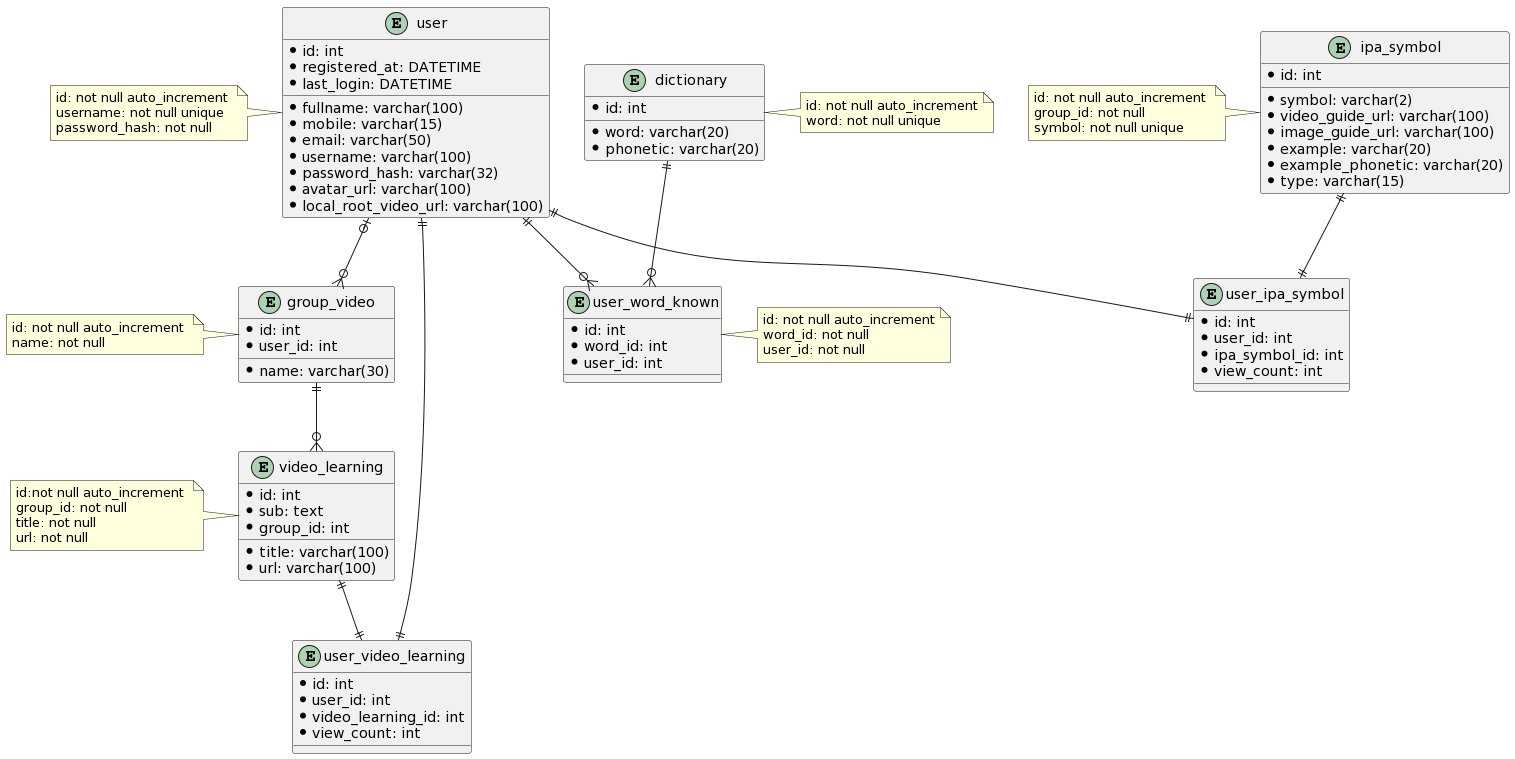
quynhphungvn/self-management keeps this PlantUML diagram as design/docs/db/entity.png. Above is the earlier version.
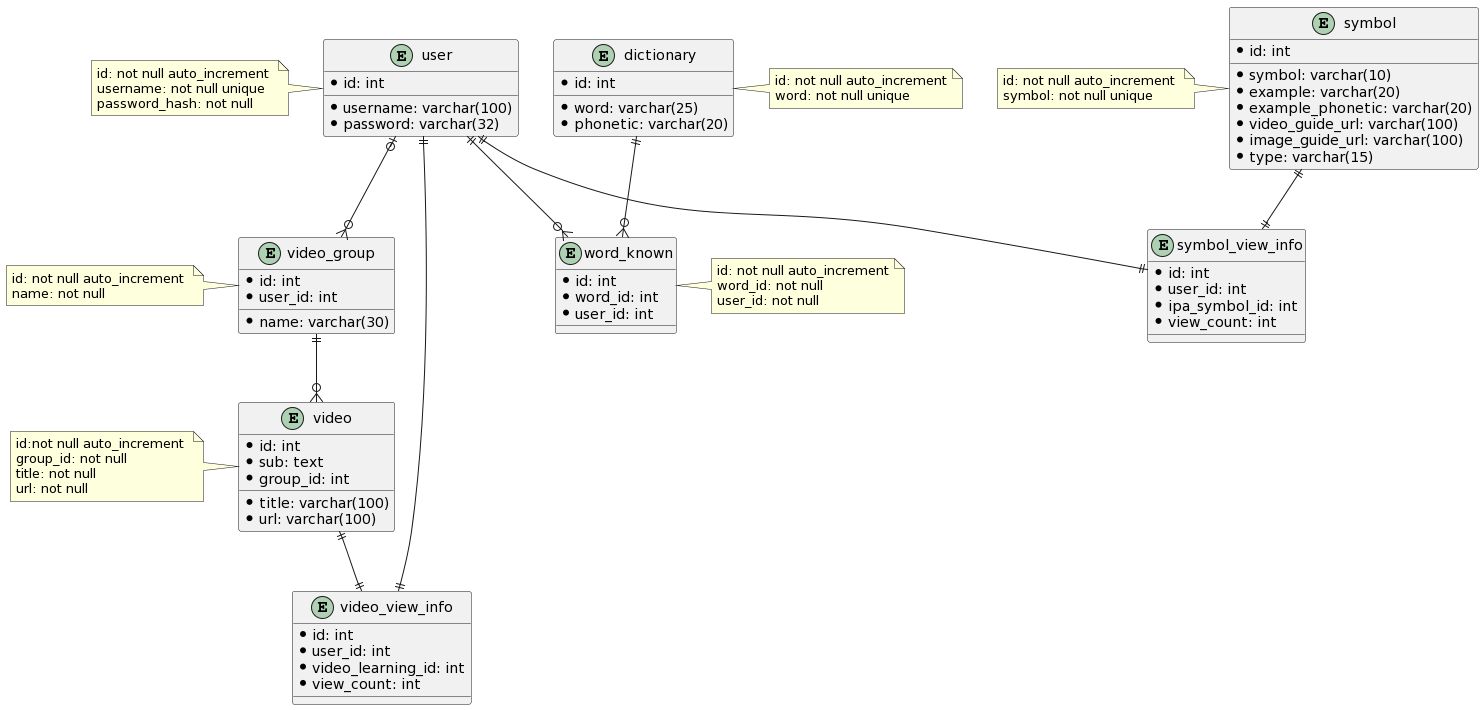
The same diagram one commit later.

Change to the diagram source:
```diff
@@ -1,35 +1,28 @@
 @startuml
-entity video_learning {
+entity video {
 *id: int
 *title: varchar(100)
 *sub: text
 *url: varchar(100)
 *group_id: int
 }
-entity group_video {
+entity video_group {
 *id: int
 *name: varchar(30)
 *user_id: int
 }
 entity user {
 *id: int
-*fullname: varchar(100)
-*mobile: varchar(15)
-*email: varchar(50)
 *username: varchar(100)
-*password_hash: varchar(32)
-*registered_at: DATETIME
-*last_login: DATETIME
-*avatar_url: varchar(100)
-*local_root_video_url: varchar(100)
+*password: varchar(32)
 }
-entity user_ipa_symbol {
+entity symbol_view_info {
 *id: int
 *user_id: int
 *ipa_symbol_id: int
 *view_count: int
 }
-entity user_video_learning {
+entity video_view_info {
 *id: int
 *user_id: int
 *video_learning_id: int
@@ -37,52 +30,51 @@
 }
 entity dictionary {
 *id: int
-*word: varchar(20)
+*word: varchar(25)
 *phonetic: varchar(20)
 }
-entity user_word_known {
+entity word_known {
 *id: int
 *word_id: int
 *user_id: int
 }
-entity ipa_symbol {
+entity symbol {
 *id: int
-*symbol: varchar(2)
+*symbol: varchar(10)
+*example: varchar(20)
+*example_phonetic: varchar(20)
 *video_guide_url: varchar(100)
 *image_guide_url: varchar(100)
-*example: varchar(20)
-*example_phonetic: varchar(20)
 *type: varchar(15)
 }
-user |o--o{ group_video
-user ||--o{ user_word_known
-user ||--|| user_ipa_symbol
-user ||--|| user_video_learning
-ipa_symbol ||--|| user_ipa_symbol
-dictionary ||--o{ user_word_known
-group_video ||--o{ video_learning
-video_learning ||--|| user_video_learning
+user |o--o{ video_group
+user ||--o{ word_known
+user ||--|| symbol_view_info
+user ||--|| video_view_info
+symbol ||--|| symbol_view_info
+dictionary ||--o{ word_known
+video_group ||--o{ video
+video ||--|| video_view_info
 note left of user
  id: not null auto_increment
  username: not null unique
  password_hash: not null
 end note
-note left of video_learning
+note left of video
  id:not null auto_increment
  group_id: not null
  title: not null
  url: not null
 end note
-note left of group_video
+note left of video_group
  id: not null auto_increment
  name: not null
 end note
-note left of ipa_symbol
+note left of symbol
  id: not null auto_increment
- group_id: not null
  symbol: not null unique
 end note
-note right of user_word_known
+note right of word_known
  id: not null auto_increment
  word_id: not null
  user_id: not null
```
